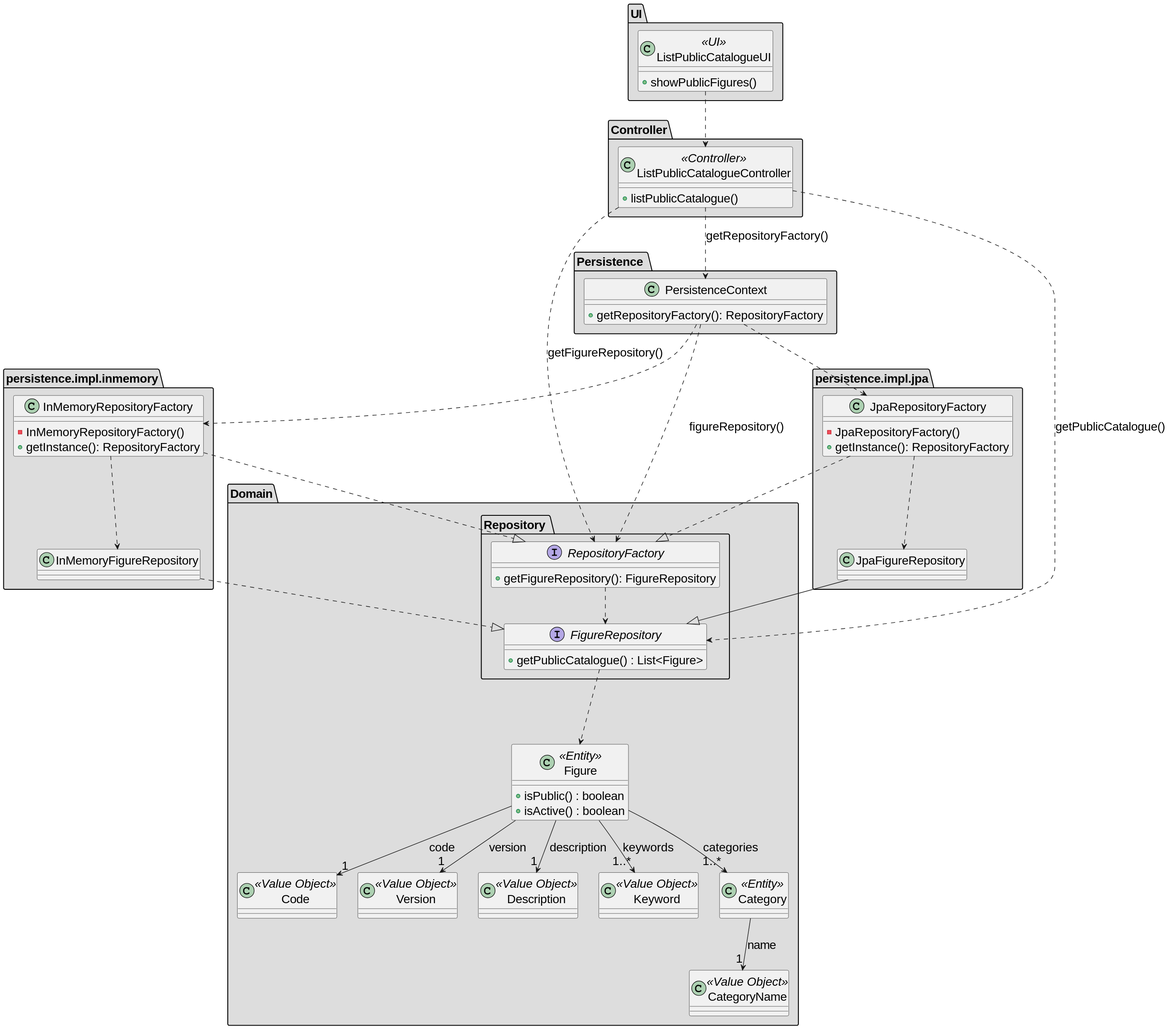
The PlantUML diagram docs/SPRINT_2/US231/images/class_diagram_us231.svg in diogoveirospro/sem4pi-2024-2025-sem4pi_2024_2025_g44, before a commit.
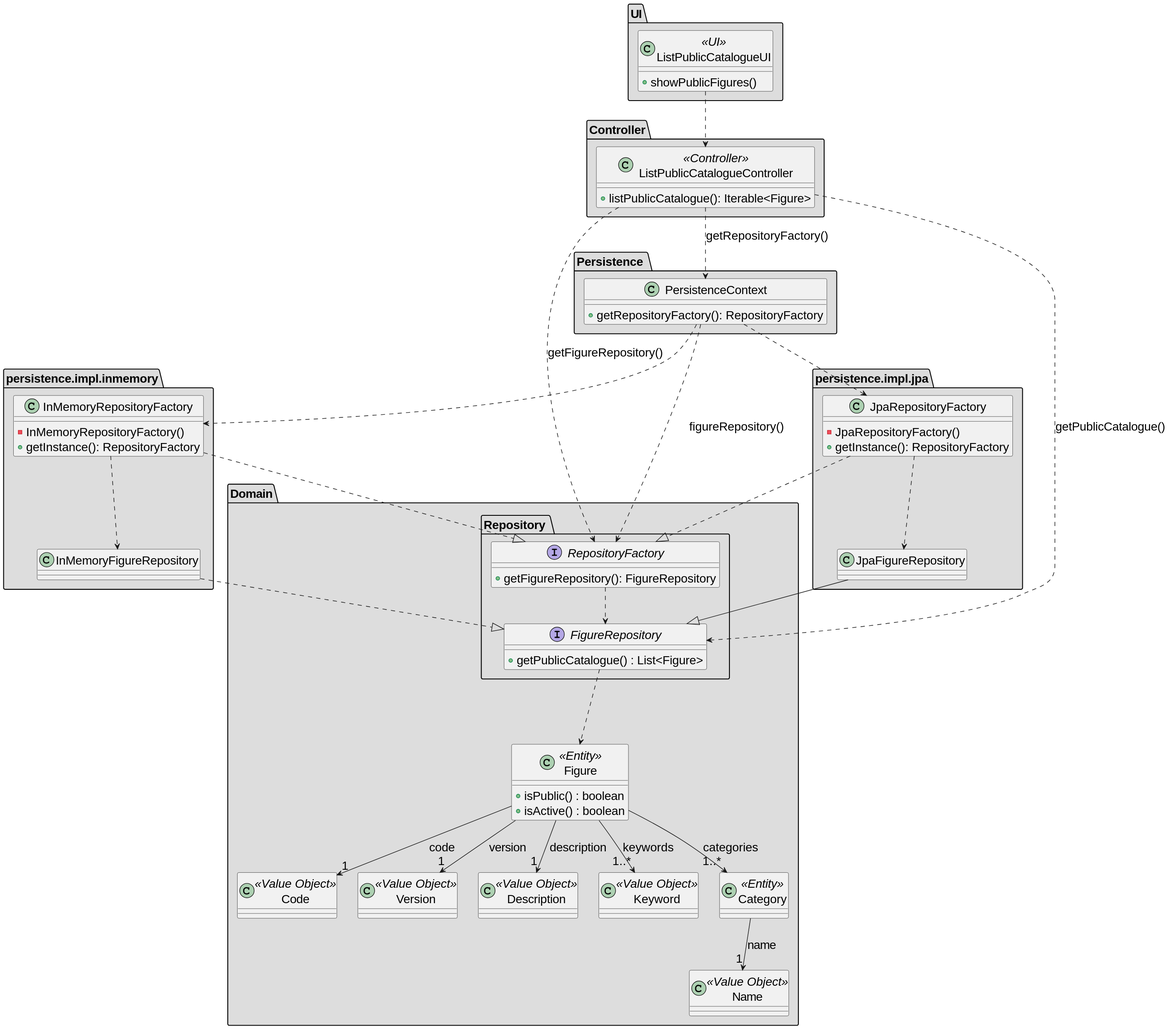
After the commit.

The edit, as a diff of the source:
```diff
@@ -63,7 +63,7 @@
     class Category <<Entity>>{
     }
 
-    class CategoryName <<Value Object>>{
+    class Name <<Value Object>>{
     }
 
 }
@@ -76,7 +76,7 @@
 
 package "Controller" #DDDDDD {
     class ListPublicCatalogueController <<Controller>> {
-        + listPublicCatalogue()
+        + listPublicCatalogue(): Iterable<Figure>
     }
 }
 
@@ -109,7 +109,7 @@
     Figure --> "1" Description: description
     Figure --> "1..*" Category: categories
 
-    Category --> "1" CategoryName: name
+    Category --> "1" Name: name
 
 
     ListPublicCatalogueUI ..> ListPublicCatalogueController
```
